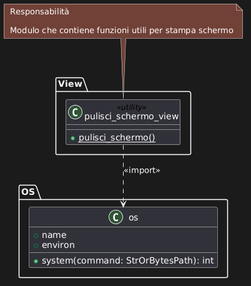
Before: docs/img/DiagrammaComponenti.png, a diagram exported from PlantUML (mattiatanzi/quoridor-python-mvc).
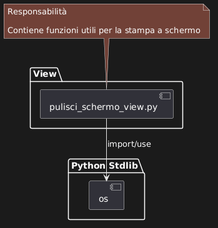
Later version of the same file.

Commit message:
Modifiche concettuali di diagrammi

The edit, as a diff of the source:
```diff
@@ -1,19 +1,14 @@
 @startuml
-package View {
-    class pulisci_schermo_view <<utility>> {
-        + {static} pulisci_schermo()
-    }
+package "View" {
+    component "pulisci_schermo_view.py" as PSV
 }
-package OS {
-      class os {
-        + name
-        + environ
-        + system(command: StrOrBytesPath): int
-      }
-    }
-note " Responsabilità \n\n Modulo che contiene funzioni utili per stampa schermo" as Note
 
+package "Python Stdlib" {
+    component "os"
+}
 
-Note <..> pulisci_schermo_view : <<import>>
-pulisci_schermo_view ..> os  : <<import>>
+note "Responsabilità \n\nContiene funzioni utili per la stampa a schermo" as N1
+
+PSV --> os : import/use
+N1 -- PSV
 @enduml
```
